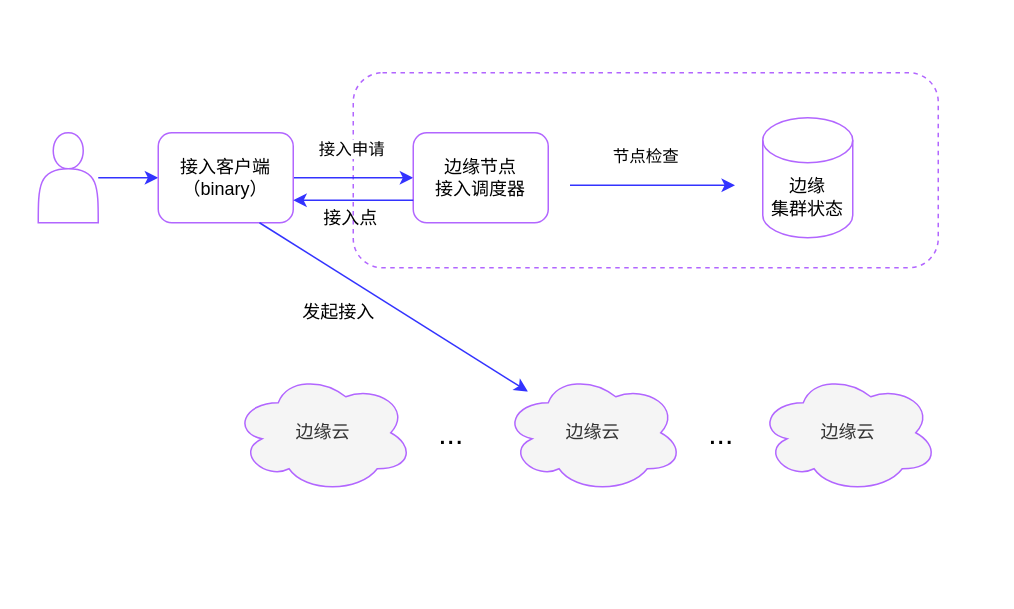
lmxia/system_designs keeps this draw.io diagram as page "边缘节点接入" (7 of 8) of cloud-edge-softarch.drawio. Above is the earlier version. Source tidied: cells renumbered, new cells numbered last; positions are measured from the earlier drawing's top-left corner, leaving out a move shared by most shapes. Both pictures are drawn from the tidied source at 150%, with x=0, y=0 at pixel (38, 72).
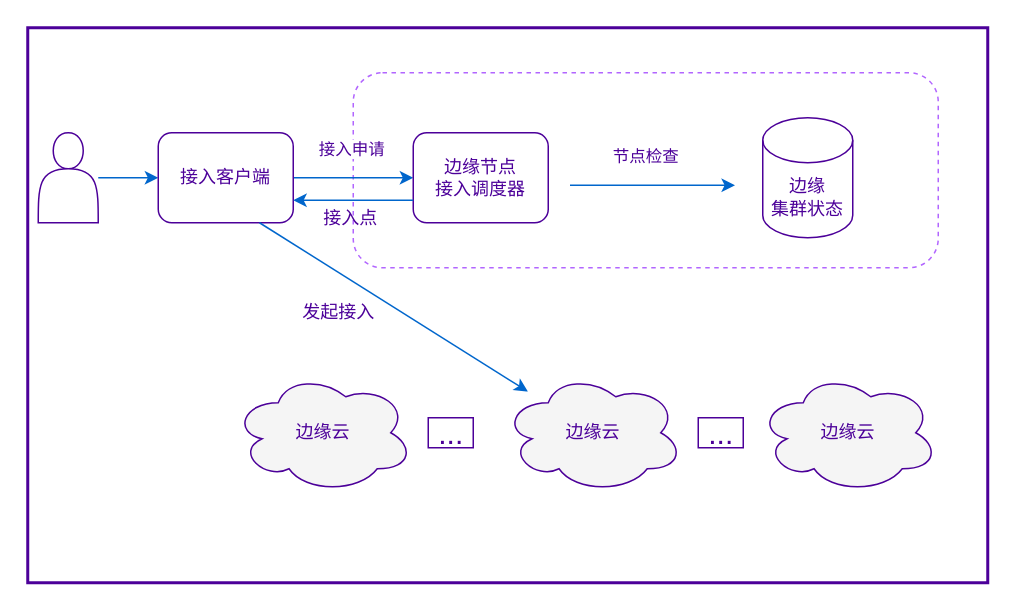
Above is the later version.

What changed in the source:
```diff
@@
+    <mxCell id="21" style="rounded=0;whiteSpace=wrap;html=1;fontColor=#4C0099;strokeColor=#4C0099;strokeWidth=2;fillColor=#ffffff;" parent="1" vertex="1">
+      <mxGeometry x="-7" y="-30" width="640" height="370" as="geometry" />
+    </mxCell>
-    <mxCell id="2" style="rounded=1;whiteSpace=wrap;html=1;fillColor=#ffffff;gradientColor=none;dashed=1;strokeColor=#B266FF;" parent="1" vertex="1">
+    <mxCell id="2" style="rounded=1;whiteSpace=wrap;html=1;fillColor=#ffffff;gradientColor=none;dashed=1;strokeColor=#B266FF;fontColor=#4C0099;" parent="1" vertex="1">
       <mxGeometry x="210" width="390" height="130" as="geometry" />
     </mxCell>
-    <mxCell id="3" style="edgeStyle=orthogonalEdgeStyle;rounded=0;jettySize=auto;html=1;strokeColor=#3333FF;" parent="1" edge="1" source="4" target="7">
+    <mxCell id="3" style="edgeStyle=orthogonalEdgeStyle;rounded=0;jettySize=auto;html=1;strokeColor=#0066CC;fontColor=#4C0099;" parent="1" edge="1" source="4" target="7">
       <mxGeometry relative="1" as="geometry" />
     </mxCell>
-    <mxCell id="4" style="shape=actor;whiteSpace=wrap;html=1;strokeColor=#B266FF;" parent="1" vertex="1">
+    <mxCell id="4" style="shape=actor;whiteSpace=wrap;html=1;fontColor=#4C0099;strokeColor=#4C0099;" parent="1" vertex="1">
       <mxGeometry y="40" width="40" height="60" as="geometry" />
     </mxCell>
-    <mxCell id="5" style="edgeStyle=orthogonalEdgeStyle;rounded=0;jettySize=auto;html=1;strokeColor=#3333FF;" parent="1" edge="1" source="7" target="8">
+    <mxCell id="5" style="edgeStyle=orthogonalEdgeStyle;rounded=0;jettySize=auto;html=1;strokeColor=#0066CC;fontColor=#4C0099;" parent="1" edge="1" source="7" target="8">
       <mxGeometry relative="1" as="geometry" />
     </mxCell>
-    <mxCell id="6" value="接入申请" style="edgeLabel;html=1;align=center;verticalAlign=middle;" parent="5" vertex="1">
+    <mxCell id="6" value="接入申请" style="edgeLabel;html=1;align=center;verticalAlign=middle;fontColor=#4C0099;" parent="5" vertex="1">
       <mxGeometry x="-0.57" y="4" relative="1" as="geometry">
         <mxPoint x="21" y="-16" as="offset" />
       </mxGeometry>
     </mxCell>
-    <mxCell id="7" value="接入客户端&lt;br&gt;（binary）" style="whiteSpace=wrap;html=1;rounded=1;strokeColor=#B266FF;" parent="1" vertex="1">
+    <mxCell id="7" value="接入客户端" style="whiteSpace=wrap;html=1;rounded=1;fontColor=#4C0099;strokeColor=#4C0099;" parent="1" vertex="1">
       <mxGeometry x="80" y="40" width="90" height="60" as="geometry" />
     </mxCell>
-    <mxCell id="8" value="边缘节点&lt;br&gt;接入调度器" style="whiteSpace=wrap;html=1;rounded=1;strokeColor=#B266FF;" parent="1" vertex="1">
+    <mxCell id="8" value="边缘节点&lt;br&gt;接入调度器" style="whiteSpace=wrap;html=1;rounded=1;fontColor=#4C0099;strokeColor=#4C0099;" parent="1" vertex="1">
       <mxGeometry x="250" y="40" width="90" height="60" as="geometry" />
     </mxCell>
-    <mxCell id="9" value="接入点" style="text;html=1;align=center;verticalAlign=middle;fillColor=none;strokeColor=none;rounded=0;" parent="1" vertex="1">
+    <mxCell id="9" value="接入点" style="text;html=1;align=center;verticalAlign=middle;fillColor=none;strokeColor=none;rounded=0;fontColor=#4C0099;" parent="1" vertex="1">
       <mxGeometry x="183" y="87" width="50" height="20" as="geometry" />
     </mxCell>
-    <mxCell id="10" style="endArrow=classic;html=1;entryX=0;entryY=0.5;entryDx=0;entryDy=0;exitX=1;exitY=0.5;exitDx=0;exitDy=0;strokeColor=#3333FF;" parent="1" edge="1">
+    <mxCell id="10" style="endArrow=classic;html=1;entryX=0;entryY=0.5;entryDx=0;entryDy=0;exitX=1;exitY=0.5;exitDx=0;exitDy=0;strokeColor=#0066CC;fontColor=#4C0099;" parent="1" edge="1">
       <mxGeometry relative="1" as="geometry">
         <mxPoint x="354.5" y="75" as="sourcePoint" />
         <mxPoint x="464.5" y="75" as="targetPoint" />
       </mxGeometry>
     </mxCell>
-    <mxCell id="11" value="节点检查" style="edgeLabel;html=1;align=center;verticalAlign=middle;" parent="10" vertex="1">
+    <mxCell id="11" value="节点检查" style="edgeLabel;html=1;align=center;verticalAlign=middle;fontColor=#4C0099;" parent="10" vertex="1">
       <mxGeometry x="-0.01" relative="1" as="geometry">
         <mxPoint x="-4" y="-20" as="offset" />
       </mxGeometry>
     </mxCell>
-    <mxCell id="12" style="endArrow=classic;html=1;exitX=0;exitY=0.75;exitDx=0;exitDy=0;entryX=1;entryY=0.75;entryDx=0;entryDy=0;strokeColor=#3333FF;" parent="1" edge="1" source="8" target="7">
+    <mxCell id="12" style="endArrow=classic;html=1;exitX=0;exitY=0.75;exitDx=0;exitDy=0;entryX=1;entryY=0.75;entryDx=0;entryDy=0;strokeColor=#0066CC;fontColor=#4C0099;" parent="1" edge="1" source="8" target="7">
       <mxGeometry relative="1" as="geometry" />
     </mxCell>
-    <mxCell id="13" value="边缘云" style="ellipse;shape=cloud;whiteSpace=wrap;html=1;fillColor=#f5f5f5;fontColor=#333333;strokeColor=#B266FF;" parent="1" vertex="1">
+    <mxCell id="13" value="边缘云" style="ellipse;shape=cloud;whiteSpace=wrap;html=1;fillColor=#f5f5f5;fontColor=#4C0099;strokeColor=#4C0099;" parent="1" vertex="1">
       <mxGeometry x="130" y="200" width="120" height="80" as="geometry" />
     </mxCell>
-    <mxCell id="14" value="边缘云" style="ellipse;shape=cloud;whiteSpace=wrap;html=1;fillColor=#f5f5f5;fontColor=#333333;strokeColor=#B266FF;" parent="1" vertex="1">
+    <mxCell id="14" value="边缘云" style="ellipse;shape=cloud;whiteSpace=wrap;html=1;fillColor=#f5f5f5;fontColor=#4C0099;strokeColor=#4C0099;" parent="1" vertex="1">
       <mxGeometry x="310" y="200" width="120" height="80" as="geometry" />
     </mxCell>
-    <mxCell id="15" value="&lt;font style=&quot;font-size: 20px&quot;&gt;...&lt;/font&gt;" style="text;html=1;align=center;verticalAlign=middle;fillColor=none;strokeColor=none;rounded=0;" parent="1" vertex="1">
+    <mxCell id="15" value="&lt;font style=&quot;font-size: 20px&quot;&gt;...&lt;/font&gt;" style="text;html=1;align=center;verticalAlign=middle;fillColor=none;rounded=0;fontColor=#4C0099;strokeColor=#4C0099;" parent="1" vertex="1">
       <mxGeometry x="260" y="230" width="30" height="20" as="geometry" />
     </mxCell>
-    <mxCell id="16" value="边缘云" style="ellipse;shape=cloud;whiteSpace=wrap;html=1;fillColor=#f5f5f5;fontColor=#333333;strokeColor=#B266FF;" parent="1" vertex="1">
+    <mxCell id="16" value="边缘云" style="ellipse;shape=cloud;whiteSpace=wrap;html=1;fillColor=#f5f5f5;fontColor=#4C0099;strokeColor=#4C0099;" parent="1" vertex="1">
       <mxGeometry x="480" y="200" width="120" height="80" as="geometry" />
     </mxCell>
-    <mxCell id="17" value="&lt;font style=&quot;font-size: 20px&quot;&gt;...&lt;/font&gt;" style="text;html=1;align=center;verticalAlign=middle;fillColor=none;strokeColor=none;rounded=0;" parent="1" vertex="1">
+    <mxCell id="17" value="&lt;font style=&quot;font-size: 20px&quot;&gt;...&lt;/font&gt;" style="text;html=1;align=center;verticalAlign=middle;fillColor=none;rounded=0;fontColor=#4C0099;strokeColor=#4C0099;" parent="1" vertex="1">
       <mxGeometry x="440" y="230" width="30" height="20" as="geometry" />
     </mxCell>
-    <mxCell id="18" style="endArrow=classic;html=1;exitX=0.75;exitY=1;exitDx=0;exitDy=0;strokeColor=#3333FF;" parent="1" edge="1" source="7" target="14">
+    <mxCell id="18" style="endArrow=classic;html=1;exitX=0.75;exitY=1;exitDx=0;exitDy=0;strokeColor=#0066CC;fontColor=#4C0099;" parent="1" edge="1" source="7" target="14">
       <mxGeometry relative="1" as="geometry" />
     </mxCell>
-    <mxCell id="19" value="&lt;span&gt;边缘&lt;br&gt;集群&lt;/span&gt;&lt;span&gt;状态&lt;/span&gt;" style="shape=cylinder3;whiteSpace=wrap;html=1;boundedLbl=1;backgroundOutline=1;size=15;rounded=1;fillColor=#ffffff;gradientColor=none;strokeColor=#B266FF;" parent="1" vertex="1">
+    <mxCell id="19" value="&lt;span&gt;边缘&lt;br&gt;集群&lt;/span&gt;&lt;span&gt;状态&lt;/span&gt;" style="shape=cylinder3;whiteSpace=wrap;html=1;boundedLbl=1;backgroundOutline=1;size=15;rounded=1;fillColor=#ffffff;gradientColor=none;fontColor=#4C0099;strokeColor=#4C0099;" parent="1" vertex="1">
       <mxGeometry x="483" y="30" width="60" height="80" as="geometry" />
     </mxCell>
-    <mxCell id="20" value="发起接入" style="text;html=1;align=center;verticalAlign=middle;" parent="1" vertex="1">
+    <mxCell id="20" value="发起接入" style="text;html=1;align=center;verticalAlign=middle;fontColor=#4C0099;" parent="1" vertex="1">
       <mxGeometry x="170" y="150" width="60" height="20" as="geometry" />
     </mxCell>
```
